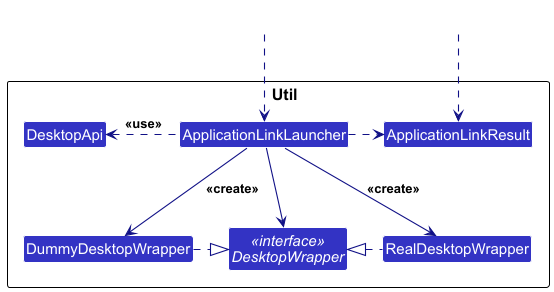
The PlantUML diagram docs/images/LogicUtilityClassDiagram.png in Itsdaodao/tp, before a commit. Its diagram source:
```plantuml
@startuml
!include style.puml
skinparam arrowThickness 1.1
skinparam arrowColor LOGIC_COLOR_T4
skinparam classBackgroundColor LOGIC_COLOR

package "   Util" as UtilityPackage {

Class ApplicationLinkLauncher
Class ApplicationLinkResult
Class DesktopApi
Interface "<<interface>>\nDesktopWrapper" as DesktopWrapper
Class DummyDesktopWrapper
Class RealDesktopWrapper

}

Class HideOutside #FFFFFF
Class HideOutside2 #FFFFFF
HideOutside .down.> ApplicationLinkLauncher
HideOutside2 .down.> ApplicationLinkResult
ApplicationLinkLauncher .right.> ApplicationLinkResult
ApplicationLinkLauncher -down-> DesktopWrapper
ApplicationLinkLauncher .left.> DesktopApi : <<use>>
ApplicationLinkLauncher -down-> DummyDesktopWrapper : <<create>>
ApplicationLinkLauncher -down-> RealDesktopWrapper : <<create>>
DesktopWrapper <|.left. DummyDesktopWrapper
DesktopWrapper <|.right. RealDesktopWrapper

@enduml
```
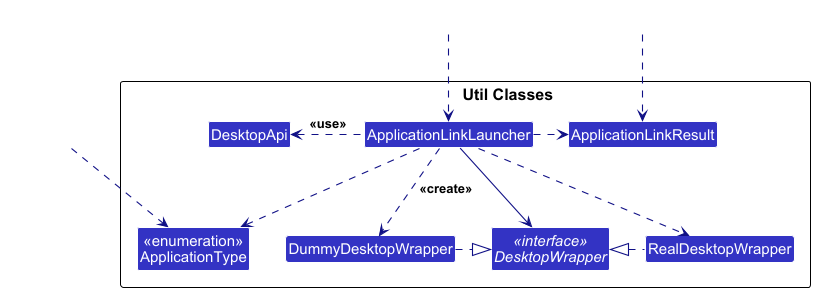
Later version of the same file.

Diff of the diagram source:
```diff
@@ -4,7 +4,7 @@
 skinparam arrowColor LOGIC_COLOR_T4
 skinparam classBackgroundColor LOGIC_COLOR
 
-package "   Util" as UtilityPackage {
+package "                   Util Classes" as UtilityPackage {
 
 Class ApplicationLinkLauncher
 Class ApplicationLinkResult
@@ -12,19 +12,21 @@
 Interface "<<interface>>\nDesktopWrapper" as DesktopWrapper
 Class DummyDesktopWrapper
 Class RealDesktopWrapper
-
+Class "<<enumeration>>\nApplicationType" as ApplicationType
 }
 
 Class HideOutside #FFFFFF
 Class HideOutside2 #FFFFFF
+Class HideOutside3 #FFFFFF
 HideOutside .down.> ApplicationLinkLauncher
 HideOutside2 .down.> ApplicationLinkResult
 ApplicationLinkLauncher .right.> ApplicationLinkResult
 ApplicationLinkLauncher -down-> DesktopWrapper
 ApplicationLinkLauncher .left.> DesktopApi : <<use>>
-ApplicationLinkLauncher -down-> DummyDesktopWrapper : <<create>>
-ApplicationLinkLauncher -down-> RealDesktopWrapper : <<create>>
+ApplicationLinkLauncher .down.> DummyDesktopWrapper : <<create>>
+ApplicationLinkLauncher .down.> RealDesktopWrapper
 DesktopWrapper <|.left. DummyDesktopWrapper
 DesktopWrapper <|.right. RealDesktopWrapper
-
+ApplicationType <.up. ApplicationLinkLauncher
+HideOutside3 .down.> ApplicationType
 @enduml
```
